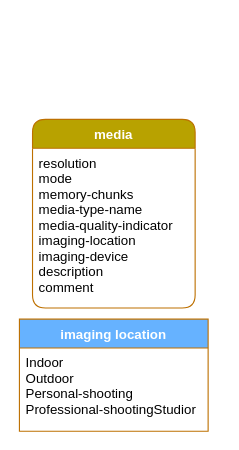
Above: media.drawio in morawi/ddoif (draw.io), before the change. Source tidied: cells renumbered, new cells numbered last; positions are measured from the earlier drawing's top-left corner, leaving out a move shared by most shapes. Both pictures are drawn from the tidied source at 111%, with x=0, y=0 at pixel (19, 119).
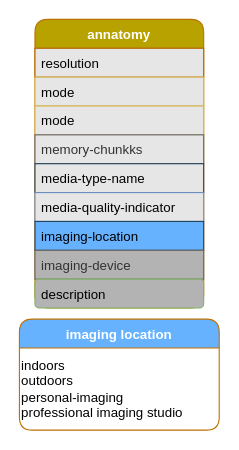
After the change.

Change to the diagram source:
```diff
@@
 <mxGraphModel>
   <root>
     <mxCell id="0" />
     <mxCell id="1" parent="0" />
+    <mxCell id="6" value="annatomy" style="swimlane;fontStyle=1;align=center;verticalAlign=top;horizontal=1;startSize=26;rounded=1;shadow=0;strokeWidth=1;fillColor=#B8A200;strokeColor=#BD7000;fontColor=#ffffff;" parent="1" vertex="1">
+      <mxGeometry x="14" y="-90" width="152" height="260" as="geometry" />
+    </mxCell>
+    <mxCell id="7" value="resolution" style="text;align=left;verticalAlign=top;spacingLeft=4;spacingRight=4;overflow=hidden;fillColor=#E6E6E6;strokeColor=#b46504;" parent="6" vertex="1">
+      <mxGeometry y="26" width="152" height="26" as="geometry" />
+    </mxCell>
+    <mxCell id="8" value="mode" style="text;align=left;verticalAlign=top;spacingLeft=4;spacingRight=4;overflow=hidden;rounded=0;shadow=0;html=0;fillColor=#E6E6E6;strokeColor=#d6b656;" parent="6" vertex="1">
+      <mxGeometry y="52" width="152" height="26" as="geometry" />
+    </mxCell>
+    <mxCell id="9" value="mode" style="text;align=left;verticalAlign=top;spacingLeft=4;spacingRight=4;overflow=hidden;rounded=0;shadow=0;html=0;fillColor=#E6E6E6;strokeColor=#d6b656;" parent="6" vertex="1">
+      <mxGeometry y="78" width="152" height="26" as="geometry" />
+    </mxCell>
+    <mxCell id="10" value="memory-chunkks" style="text;align=left;verticalAlign=top;spacingLeft=4;spacingRight=4;overflow=hidden;rounded=0;shadow=0;html=0;fillColor=#E6E6E6;strokeColor=#666666;fontColor=#333333;" parent="6" vertex="1">
+      <mxGeometry y="104" width="152" height="26" as="geometry" />
+    </mxCell>
+    <mxCell id="11" value="media-type-name" style="text;align=left;verticalAlign=top;spacingLeft=4;spacingRight=4;overflow=hidden;rounded=0;shadow=0;html=0;fillColor=#E6E6E6;strokeColor=#23445d;" parent="6" vertex="1">
+      <mxGeometry y="130" width="152" height="26" as="geometry" />
+    </mxCell>
+    <mxCell id="12" value="media-quality-indicator" style="text;align=left;verticalAlign=top;spacingLeft=4;spacingRight=4;overflow=hidden;rounded=0;shadow=0;html=0;fillColor=#E6E6E6;strokeColor=#6c8ebf;" parent="6" vertex="1">
+      <mxGeometry y="156" width="152" height="26" as="geometry" />
+    </mxCell>
+    <mxCell id="13" value="imaging-location" style="text;align=left;verticalAlign=top;spacingLeft=4;spacingRight=4;overflow=hidden;rounded=0;shadow=0;html=0;fillColor=#66B2FF;strokeColor=#23445d;" parent="6" vertex="1">
+      <mxGeometry y="182" width="152" height="26" as="geometry" />
+    </mxCell>
+    <mxCell id="14" value="imaging-device" style="text;align=left;verticalAlign=top;spacingLeft=4;spacingRight=4;overflow=hidden;rounded=0;shadow=0;html=0;fillColor=#B3B3B3;strokeColor=#666666;fontColor=#333333;" parent="6" vertex="1">
+      <mxGeometry y="208" width="152" height="26" as="geometry" />
+    </mxCell>
+    <mxCell id="15" value="description" style="text;align=left;verticalAlign=top;spacingLeft=4;spacingRight=4;overflow=hidden;rounded=1;shadow=0;html=0;fillColor=#B3B3B3;strokeColor=#82b366;" parent="6" vertex="1">
+      <mxGeometry y="234" width="152" height="26" as="geometry" />
+    </mxCell>
-    <mxCell id="2" value="imaging location" style="swimlane;fontStyle=1;align=center;verticalAlign=top;horizontal=1;startSize=26;rounded=0;shadow=0;strokeWidth=1;fillColor=#66B2FF;strokeColor=#BD7000;fontColor=#ffffff;" parent="1" vertex="1">
-      <mxGeometry y="180" width="170" height="101" as="geometry" />
+    <mxCell id="2" value="imaging location" style="swimlane;fontStyle=1;align=center;verticalAlign=top;horizontal=1;startSize=26;rounded=1;shadow=0;strokeWidth=1;fillColor=#66B2FF;strokeColor=#BD7000;fontColor=#ffffff;" parent="1" vertex="1">
+      <mxGeometry y="180" width="180" height="100" as="geometry" />
     </mxCell>
-    <mxCell id="3" value="Indoor&#10;Outdoor&#10;Personal-shooting&#10;Professional-shootingStudior" style="text;align=left;verticalAlign=top;spacingLeft=4;spacingRight=4;overflow=hidden;" parent="2" vertex="1">
-      <mxGeometry y="26" width="170" height="74" as="geometry" />
-    </mxCell>
-    <mxCell id="4" value="media" style="swimlane;fontStyle=1;align=center;verticalAlign=top;horizontal=1;startSize=26;rounded=1;shadow=0;strokeWidth=1;fillColor=#B8A200;strokeColor=#BD7000;fontColor=#ffffff;" parent="1" vertex="1">
-      <mxGeometry x="11.8" width="146.5" height="170" as="geometry" />
-    </mxCell>
-    <mxCell id="5" value="resolution&#10;mode&#10;memory-chunks&#10;media-type-name&#10;media-quality-indicator&#10;imaging-location&#10;imaging-device&#10;description&#10;comment" style="text;align=left;verticalAlign=top;spacingLeft=4;spacingRight=4;overflow=hidden;" parent="4" vertex="1">
-      <mxGeometry y="26" width="146.5" height="144" as="geometry" />
-    </mxCell>
+    <mxCell id="16" value="indoors&lt;br&gt;outdoors&lt;br&gt;personal-imaging&lt;br&gt;professional imaging studio" style="text;html=1;strokeColor=none;fillColor=none;align=left;verticalAlign=middle;whiteSpace=wrap;rounded=0;" parent="2" vertex="1">
+      <mxGeometry y="26" width="180" height="74" as="geometry" />
+    </mxCell>
   </root>
 </mxGraphModel>
```
